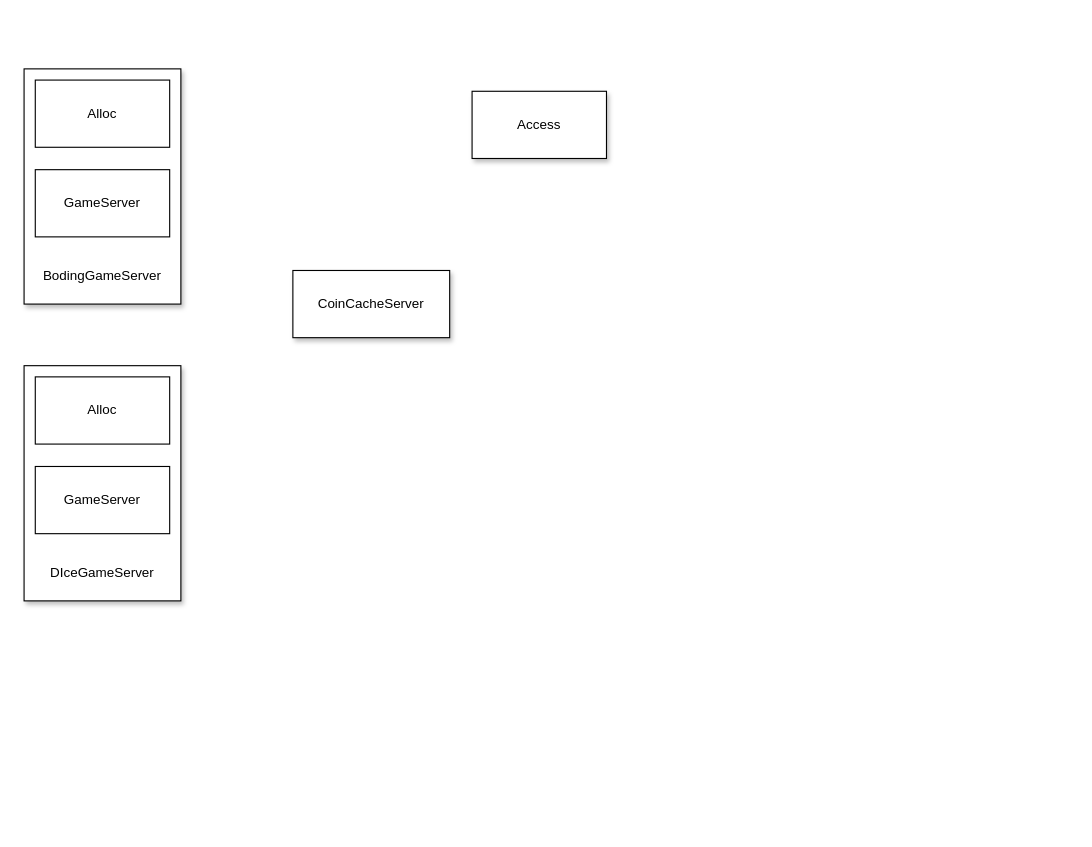
Above: server.drawio in cjinle/draw.io (draw.io), before the change. Source tidied: cells renumbered, new cells numbered last; positions are measured from the earlier drawing's top-left corner, leaving out a move shared by most shapes. Both pictures are drawn from the tidied source at 112%, with x=0, y=0 at pixel (24, 68).
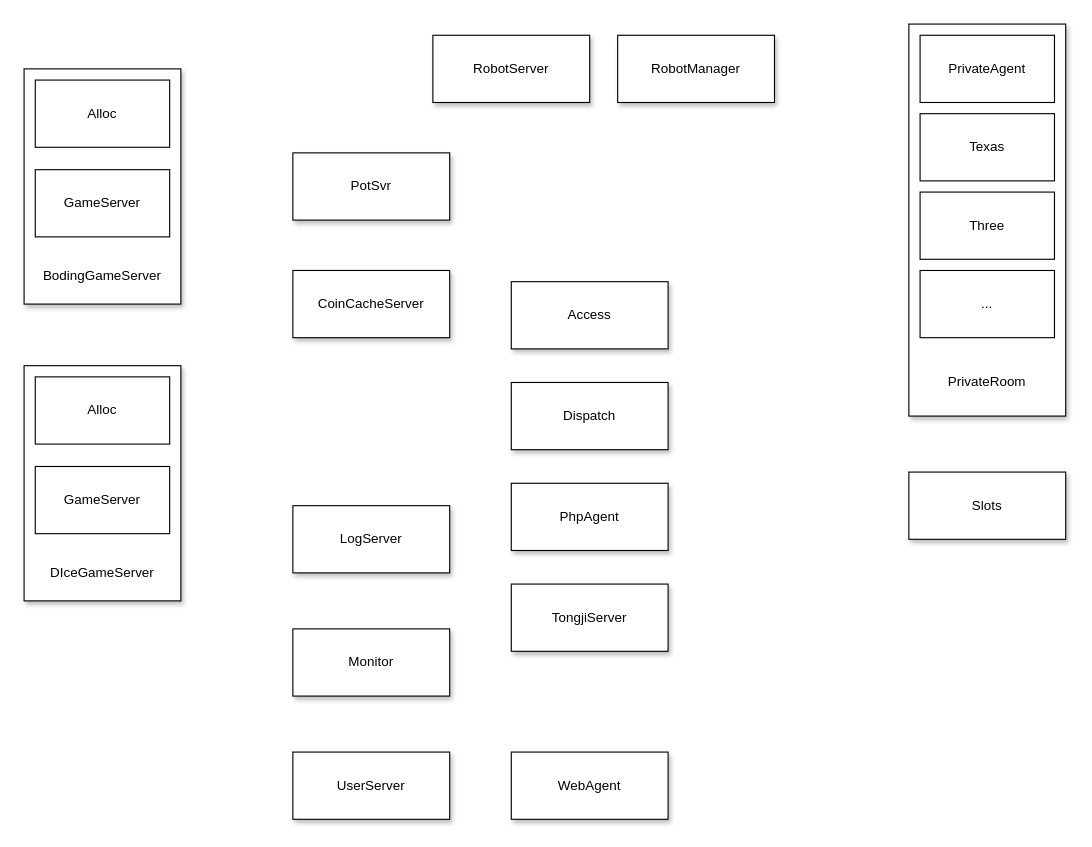
After the change.

The edit, as a diff of the source:
```diff
@@
     <mxCell id="2" value="Access" style="rounded=0;whiteSpace=wrap;html=1;shadow=1;" parent="1" vertex="1">
-      <mxGeometry x="400" y="20" width="120" height="60" as="geometry" />
+      <mxGeometry x="435" y="190" width="140" height="60" as="geometry" />
     </mxCell>
@@
+    <mxCell id="14" value="Dispatch" style="rounded=0;whiteSpace=wrap;html=1;shadow=1;" parent="1" vertex="1">
+      <mxGeometry x="435" y="280" width="140" height="60" as="geometry" />
+    </mxCell>
+    <mxCell id="15" value="LogServer" style="rounded=0;whiteSpace=wrap;html=1;shadow=1;" parent="1" vertex="1">
+      <mxGeometry x="240" y="390" width="140" height="60" as="geometry" />
+    </mxCell>
+    <mxCell id="16" value="Monitor" style="rounded=0;whiteSpace=wrap;html=1;shadow=1;" parent="1" vertex="1">
+      <mxGeometry x="240" y="500" width="140" height="60" as="geometry" />
+    </mxCell>
+    <mxCell id="17" value="PhpAgent" style="rounded=0;whiteSpace=wrap;html=1;shadow=1;" parent="1" vertex="1">
+      <mxGeometry x="435" y="370" width="140" height="60" as="geometry" />
+    </mxCell>
+    <mxCell id="18" value="PotSvr" style="rounded=0;whiteSpace=wrap;html=1;shadow=1;" parent="1" vertex="1">
+      <mxGeometry x="240" y="75" width="140" height="60" as="geometry" />
+    </mxCell>
+    <mxCell id="19" style="group;" parent="1" vertex="1">
+      <mxGeometry x="790" y="-40" width="140" height="350" as="geometry" />
+    </mxCell>
+    <mxCell id="20" style="rounded=0;whiteSpace=wrap;html=1;shadow=1;" parent="19" vertex="1">
+      <mxGeometry width="140" height="350" as="geometry" />
+    </mxCell>
+    <mxCell id="21" value="PrivateAgent" style="rounded=0;whiteSpace=wrap;html=1;shadow=0;" parent="19" vertex="1">
+      <mxGeometry x="10" y="10" width="120" height="60" as="geometry" />
+    </mxCell>
+    <mxCell id="22" value="Texas" style="rounded=0;whiteSpace=wrap;html=1;shadow=0;" parent="19" vertex="1">
+      <mxGeometry x="10" y="80" width="120" height="60" as="geometry" />
+    </mxCell>
+    <mxCell id="23" value="PrivateRoom" style="text;html=1;strokeColor=none;fillColor=none;align=center;verticalAlign=middle;whiteSpace=wrap;rounded=0;shadow=1;" parent="19" vertex="1">
+      <mxGeometry x="10" y="310" width="120" height="20" as="geometry" />
+    </mxCell>
+    <mxCell id="24" value="Three" style="rounded=0;whiteSpace=wrap;html=1;shadow=0;" parent="19" vertex="1">
+      <mxGeometry x="10" y="150" width="120" height="60" as="geometry" />
+    </mxCell>
+    <mxCell id="25" value="..." style="rounded=0;whiteSpace=wrap;html=1;shadow=0;" parent="19" vertex="1">
+      <mxGeometry x="10" y="220" width="120" height="60" as="geometry" />
+    </mxCell>
+    <mxCell id="26" value="RobotManager" style="rounded=0;whiteSpace=wrap;html=1;shadow=1;" parent="1" vertex="1">
+      <mxGeometry x="530" y="-30" width="140" height="60" as="geometry" />
+    </mxCell>
+    <mxCell id="27" value="RobotServer" style="rounded=0;whiteSpace=wrap;html=1;shadow=1;" parent="1" vertex="1">
+      <mxGeometry x="365" y="-30" width="140" height="60" as="geometry" />
+    </mxCell>
+    <mxCell id="28" value="Slots" style="rounded=0;whiteSpace=wrap;html=1;shadow=1;" parent="1" vertex="1">
+      <mxGeometry x="790" y="360" width="140" height="60" as="geometry" />
+    </mxCell>
+    <mxCell id="29" value="TongjiServer" style="rounded=0;whiteSpace=wrap;html=1;shadow=1;" parent="1" vertex="1">
+      <mxGeometry x="435" y="460" width="140" height="60" as="geometry" />
+    </mxCell>
+    <mxCell id="30" value="UserServer" style="rounded=0;whiteSpace=wrap;html=1;shadow=1;" parent="1" vertex="1">
+      <mxGeometry x="240" y="610" width="140" height="60" as="geometry" />
+    </mxCell>
+    <mxCell id="31" value="WebAgent" style="rounded=0;whiteSpace=wrap;html=1;shadow=1;" parent="1" vertex="1">
+      <mxGeometry x="435" y="610" width="140" height="60" as="geometry" />
+    </mxCell>
```
